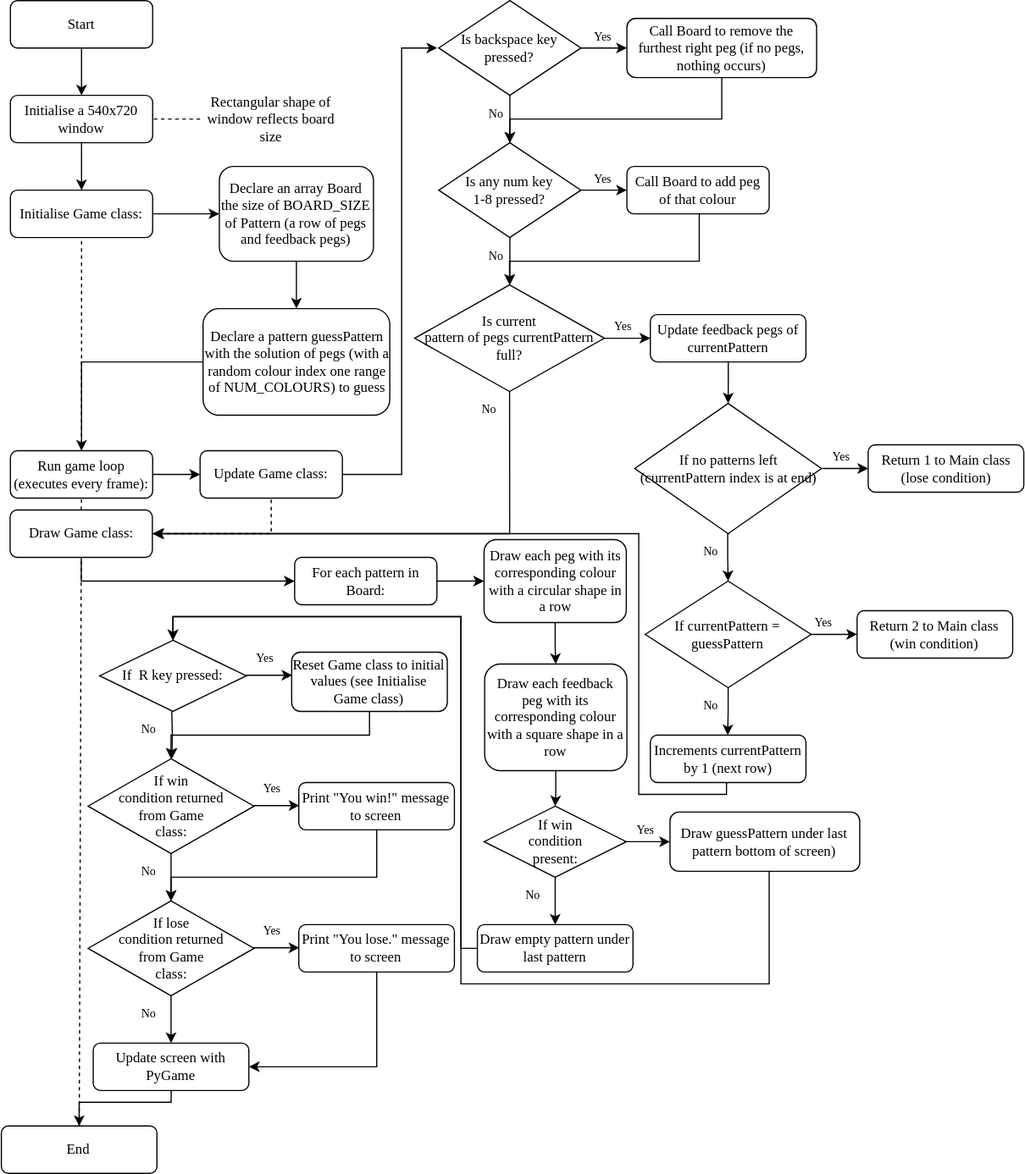
Earlier version of the draw.io export images/flowchart.svg (LATL9/Mastermind). Source tidied: cells renumbered, new cells last; positions are measured from the earlier drawing's top-left corner, leaving out a move shared by most shapes.
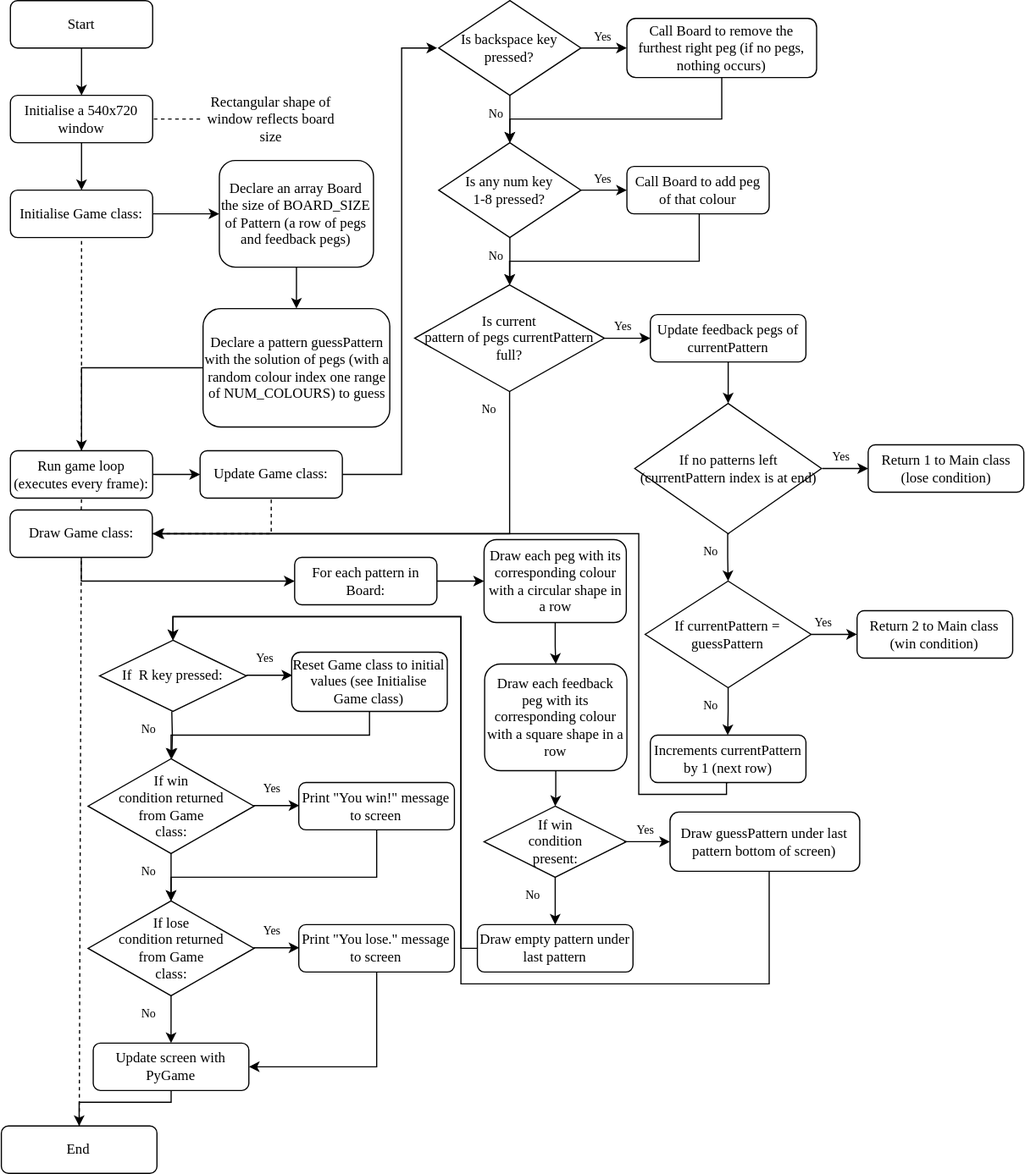
Later version of the same file.

The edit, as a diff of the source:
```diff
@@ -18,16 +18,18 @@
       <mxGeometry relative="1" as="geometry" />
     </mxCell>
     <mxCell id="7" value="&lt;font style=&quot;font-size: 12px;&quot; face=&quot;Ubuntu&quot;&gt;Declare a pattern guessPattern with the solution of pegs (with a random colour index one range of NUM_COLOURS) to guess&lt;/font&gt;" style="rounded=1;whiteSpace=wrap;html=1;fontSize=12;glass=0;strokeWidth=1;shadow=0;" parent="1" vertex="1">
-      <mxGeometry x="170.5" y="260" width="157.5" height="90" as="geometry" />
+      <mxGeometry x="170.5" y="260" width="157.5" height="100" as="geometry" />
     </mxCell>
     <mxCell id="8" value="&lt;font face=&quot;Ubuntu&quot;&gt;Rectangular shape of window reflects board size&lt;/font&gt;" style="text;html=1;strokeColor=none;fillColor=none;align=center;verticalAlign=middle;whiteSpace=wrap;rounded=0;" parent="1" vertex="1">
       <mxGeometry x="168" y="85" width="120" height="30" as="geometry" />
     </mxCell>
-    <mxCell id="9" style="edgeStyle=orthogonalEdgeStyle;rounded=0;jettySize=auto;html=1;fontFamily=Ubuntu;fontSource=https%3A%2F%2Ffonts.googleapis.com%2Fcss%3Ffamily%3DUbuntu;entryX=0.5;entryY=0;entryDx=0;entryDy=0;" parent="1" edge="1" source="10" target="7">
-      <mxGeometry relative="1" as="geometry" />
-    </mxCell>
+    <mxCell id="98" style="edgeStyle=orthogonalEdgeStyle;rounded=0;jettySize=auto;html=1;" parent="1" edge="1" source="10">
+      <mxGeometry relative="1" as="geometry">
+        <mxPoint x="249.2" y="260" as="targetPoint" />
+      </mxGeometry>
+    </mxCell>
     <mxCell id="10" value="&lt;font face=&quot;Ubuntu&quot;&gt;Declare an array Board the size of BOARD_SIZE of Pattern (a row of pegs and feedback pegs)&lt;/font&gt;" style="whiteSpace=wrap;html=1;rounded=1;glass=0;strokeWidth=1;shadow=0;" parent="1" vertex="1">
-      <mxGeometry x="184.2" y="140" width="130" height="80" as="geometry" />
+      <mxGeometry x="184.2" y="135" width="130" height="90" as="geometry" />
     </mxCell>
     <mxCell id="11" style="edgeStyle=orthogonalEdgeStyle;rounded=0;jettySize=auto;html=1;entryX=0.5;entryY=0;entryDx=0;entryDy=0;fontFamily=Ubuntu;fontSource=https%3A%2F%2Ffonts.googleapis.com%2Fcss%3Ffamily%3DUbuntu;" parent="1" edge="1" source="12" target="3">
       <mxGeometry relative="1" as="geometry" />
```
